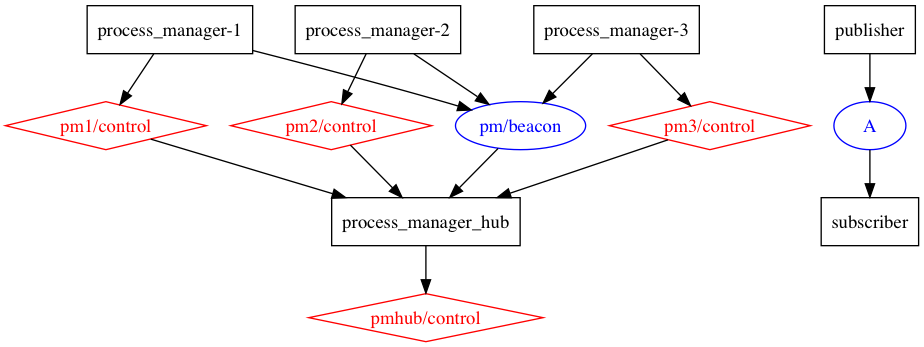
blueworkforce/bluezero keeps this Graphviz diagram as src/docs/process_manager.png. Above is the earlier version. Its source is kept beside it as src/docs/process_manager.gv.
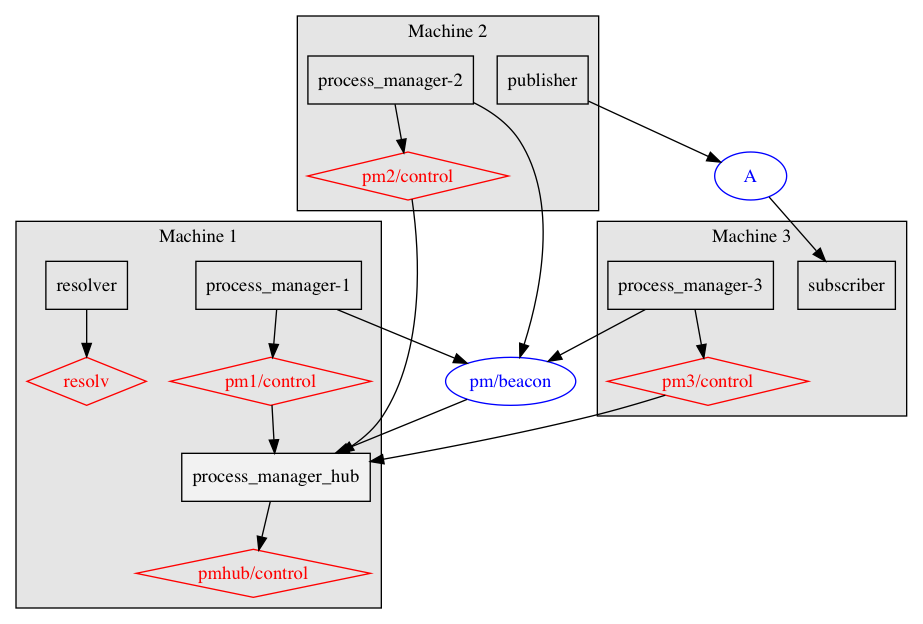
The same file after the commit.

Commit message:
fix diagram layout (clusters)

What changed in the source:
```diff
@@ -1,60 +1,71 @@
 digraph G {
-    graph [overlap=false, splines=true, bgcolor="white"];
+    graph [overlap=scale, splines=true, bgcolor="white"];
 
     node [shape=diamond, color=red, fontcolor=red];
+    S_resolv [label="resolv"];
     S_pm1_control [label="pm1/control"];
     S_pm2_control [label="pm2/control"];
     S_pm3_control [label="pm3/control"];
     S_process_manager_hub_control [label="pmhub/control"];
 
-    node [shape=ellipse, color=blue, fontcolor=blue];
-    T_A [label="A"];
-    T_process_manager_beacon [label="pm/beacon"];
+    subgraph cluster_T_A {
+        node [shape=ellipse, color=blue, fontcolor=blue];
+        T_A [label="A"];
+        color=transparent;
+    }
 
-    subgraph machine_1 {
+    subgraph cluster_T_process_manager_beacon {
+        node [shape=ellipse, color=blue, fontcolor=blue];
+        T_process_manager_beacon [label="pm/beacon"];
+        color=transparent;
+    }
+
+    subgraph cluster_machine_1 {
         label="Machine 1";
-		color=blue;
+		bgcolor=gray90;
 
         node [shape=box, color=black, fontcolor=black];
+        N_resolver [label="resolver"];
         N_process_manager_1 [label="process_manager-1"];
-        N_process_manager_hub [label="process_manager_hub"];
+        N_process_manager_hub [label=<<b>process_manager_hub</b>>,style=filled,fillcolor=gray95];
 
         edge [color=black];
-        N_process_manager_1 -> T_process_manager_beacon;
+        N_resolver -> S_resolv;
         T_process_manager_beacon -> N_process_manager_hub;
         N_process_manager_1 -> S_pm1_control;
         N_process_manager_hub -> S_process_manager_hub_control;
         S_pm1_control -> N_process_manager_hub;
     }
 
-    subgraph machine_2 {
+    subgraph cluster_machine_2 {
         label="Machine 2";
-		color=blue;
+		bgcolor=gray90;
 
         node [shape=box, color=black, fontcolor=black];
         N_publisher [label="publisher"];
         N_process_manager_2 [label="process_manager-2"];
 
         edge [color=black];
-        N_process_manager_2 -> T_process_manager_beacon;
         N_publisher -> T_A;
         N_process_manager_2 -> S_pm2_control;
         S_pm2_control -> N_process_manager_hub;
     }
 
-    subgraph machine_3 {
+    subgraph cluster_machine_3 {
         label="Machine 3";
-		color=blue;
+		bgcolor=gray90;
 
         node [shape=box, color=black, fontcolor=black];
         N_subscriber [label="subscriber"];
         N_process_manager_3 [label="process_manager-3"];
 
         edge [color=black];
-        N_process_manager_3 -> T_process_manager_beacon;
-        T_A -> N_subscriber;
         N_process_manager_3 -> S_pm3_control;
         S_pm3_control -> N_process_manager_hub;
     }
 
+    N_process_manager_1 -> T_process_manager_beacon;
+    N_process_manager_2 -> T_process_manager_beacon;
+    N_process_manager_3 -> T_process_manager_beacon;
+    T_A -> N_subscriber;
 }
```
